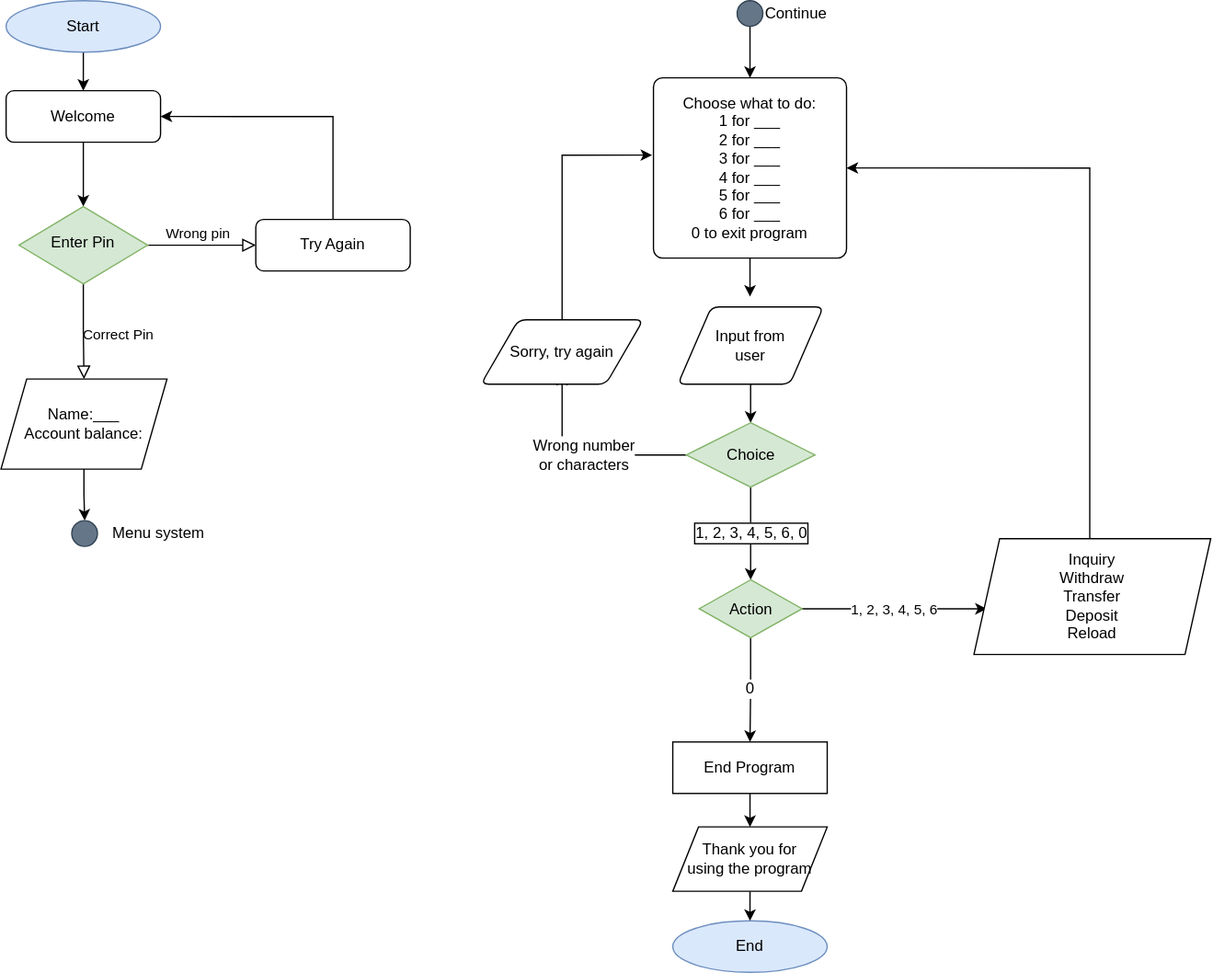
bropenguin847/ATM_CPP keeps this draw.io diagram as Flowchart.svg. Above is the earlier version. Source tidied: cells renumbered, new cells last; positions are measured from the earlier drawing's top-left corner, leaving out a move shared by most shapes.
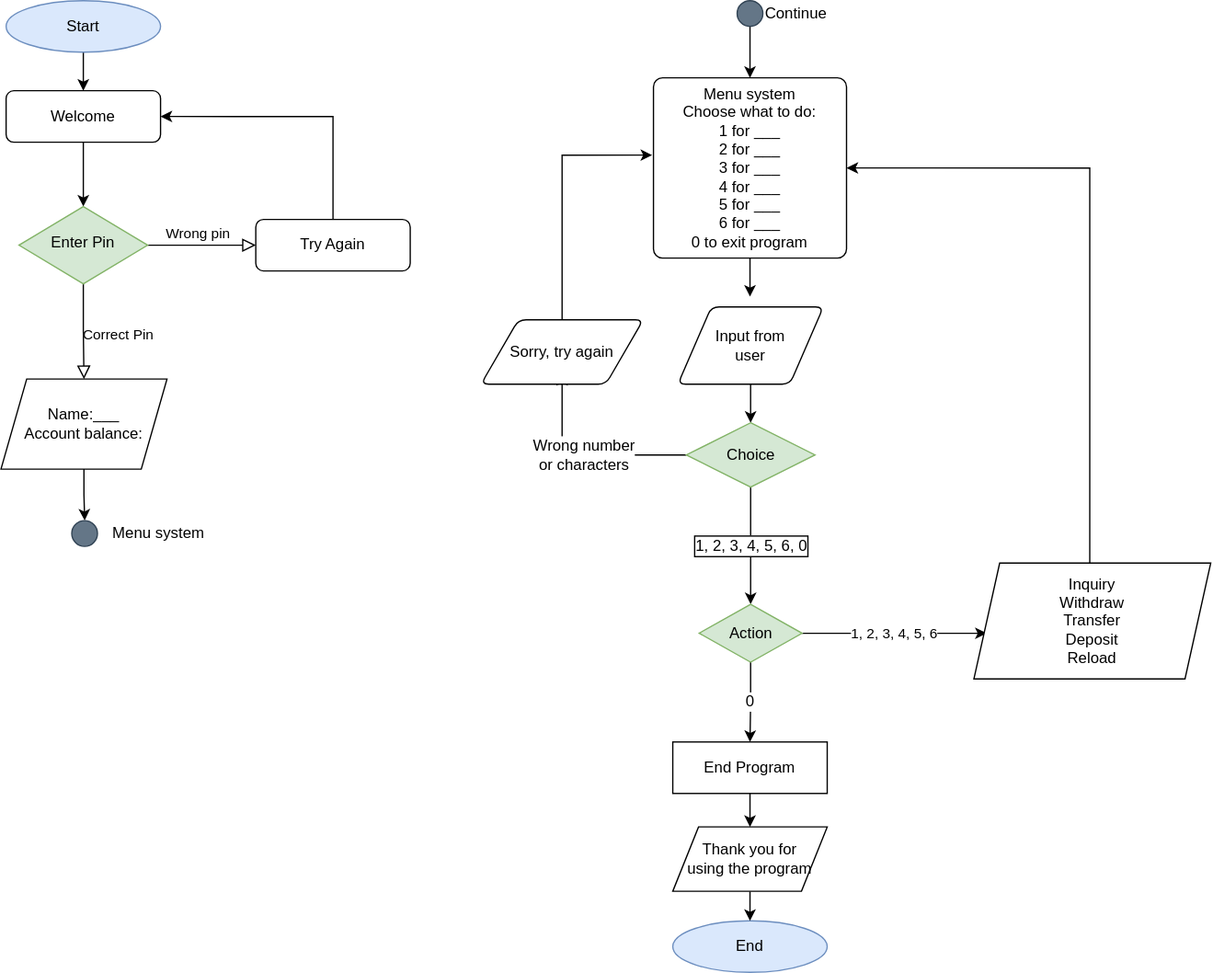
The same diagram one commit later.

Change to the diagram source:
```diff
@@ -47,7 +47,7 @@
         <mxPoint x="582" y="230" as="targetPoint" />
       </mxGeometry>
     </mxCell>
-    <mxCell id="15" value="Choose what to do:&lt;br&gt;1 for ___&lt;br&gt;2 for ___&lt;br&gt;3 for ___&lt;br&gt;4 for ___&lt;br&gt;5 for ___&lt;br&gt;6 for ___&lt;br&gt;0 to exit program" style="rounded=1;whiteSpace=wrap;html=1;absoluteArcSize=1;arcSize=14;strokeWidth=1;" parent="1" vertex="1">
+    <mxCell id="15" value="Menu system&lt;br&gt;Choose what to do:&lt;br&gt;1 for ___&lt;br&gt;2 for ___&lt;br&gt;3 for ___&lt;br&gt;4 for ___&lt;br&gt;5 for ___&lt;br&gt;6 for ___&lt;br&gt;0 to exit program" style="rounded=1;whiteSpace=wrap;html=1;absoluteArcSize=1;arcSize=14;strokeWidth=1;" parent="1" vertex="1">
       <mxGeometry x="507" y="60" width="150" height="140" as="geometry" />
     </mxCell>
     <mxCell id="16" value="&lt;div style=&quot;&quot;&gt;&lt;span style=&quot;background-color: initial;&quot;&gt;M&lt;font color=&quot;#000000&quot;&gt;Menu system&lt;/font&gt;&lt;/span&gt;&lt;/div&gt;" style="verticalLabelPosition=middle;verticalAlign=middle;html=1;shape=mxgraph.flowchart.on-page_reference;align=left;labelPosition=right;fillColor=#647687;fontColor=#ffffff;strokeColor=#314354;" parent="1" vertex="1">
@@ -94,7 +94,7 @@
       <mxGeometry relative="1" as="geometry" />
     </mxCell>
     <mxCell id="28" value="Action" style="rhombus;whiteSpace=wrap;html=1;strokeWidth=1;fillColor=#d5e8d4;strokeColor=#82b366;" parent="1" vertex="1">
-      <mxGeometry x="542.5" y="450" width="80" height="45" as="geometry" />
+      <mxGeometry x="542.5" y="469" width="80" height="45" as="geometry" />
     </mxCell>
     <mxCell id="29" style="edgeStyle=orthogonalEdgeStyle;rounded=0;jettySize=auto;html=1;entryX=0.5;entryY=0;entryDx=0;entryDy=0;" parent="1" edge="1" source="30" target="32">
       <mxGeometry relative="1" as="geometry" />
@@ -116,7 +116,7 @@
       </mxGeometry>
     </mxCell>
     <mxCell id="34" value="Inquiry&lt;br&gt;Withdraw&lt;br&gt;Transfer&lt;br&gt;Deposit&lt;br&gt;Reload" style="shape=parallelogram;perimeter=parallelogramPerimeter;whiteSpace=wrap;html=1;fixedSize=1;strokeWidth=1;" parent="1" vertex="1">
-      <mxGeometry x="756" y="418" width="184" height="90" as="geometry" />
+      <mxGeometry x="756" y="437" width="184" height="90" as="geometry" />
     </mxCell>
   </root>
 </mxGraphModel>
```
